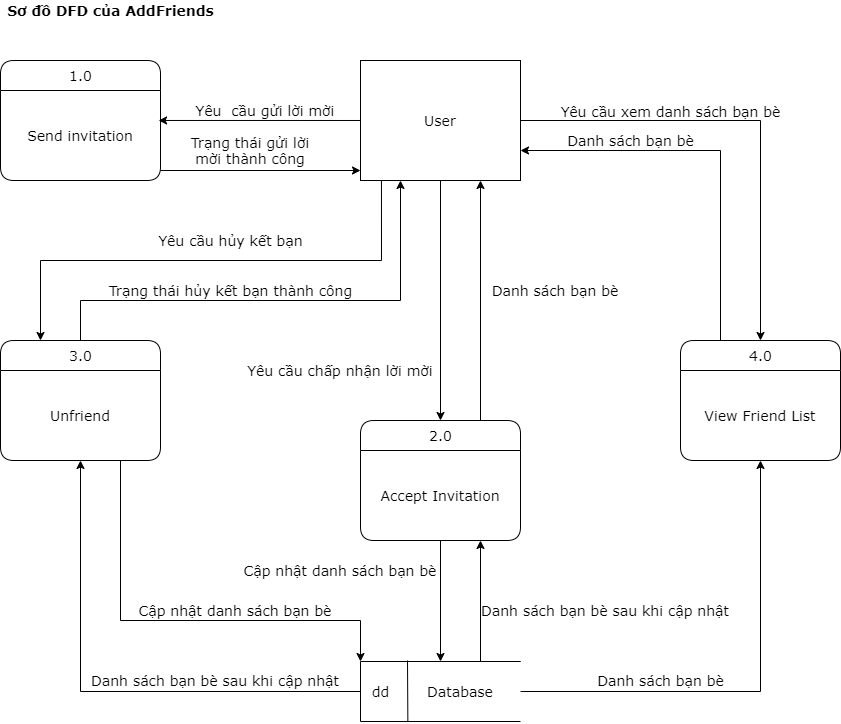
The draw.io diagram ToDoApp-Doc/Document/Diagram/DFD/AddFriends/Sơ đồ mức 1 của AddFriends.png in Merevoli-DatLuu/To-Do-App, before a commit. Source tidied: cells renumbered, new cells last; positions are measured from the earlier drawing's top-left corner, leaving out a move shared by most shapes.
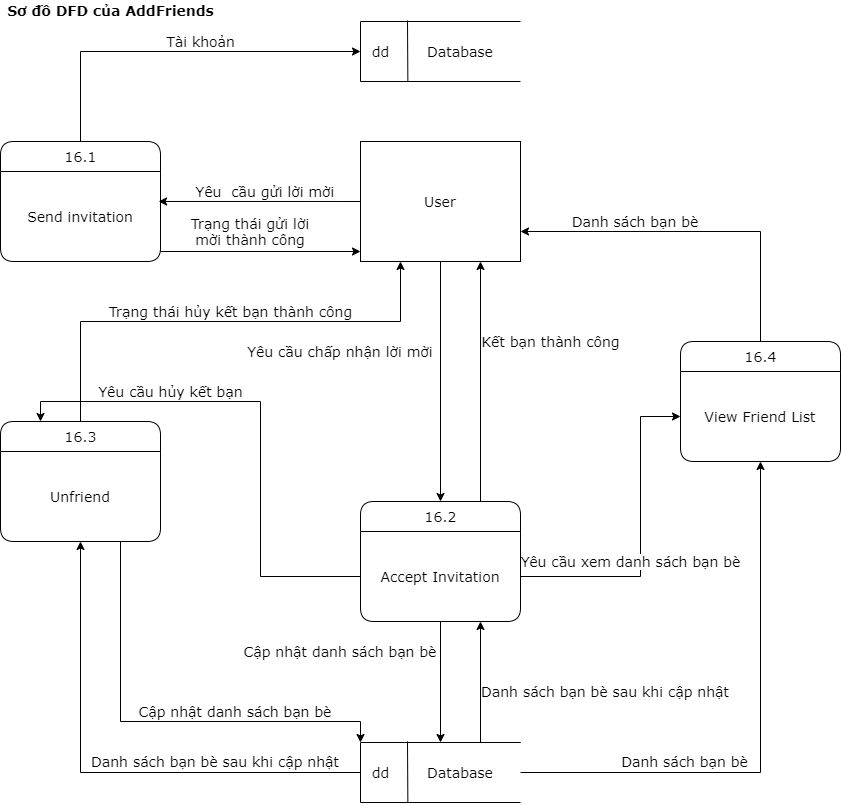
After the commit.

The edit, as a diff of the source:
```diff
@@ -8,21 +8,16 @@
     <mxCell id="3" style="edgeStyle=orthogonalEdgeStyle;rounded=0;jettySize=auto;html=1;exitX=0.5;exitY=1;exitDx=0;exitDy=0;entryX=0.5;entryY=0;entryDx=0;entryDy=0;fontSize=14;fontFamily=Verdana;" parent="1" edge="1" source="7" target="21">
       <mxGeometry relative="1" as="geometry" />
     </mxCell>
-    <mxCell id="4" style="edgeStyle=orthogonalEdgeStyle;rounded=0;jettySize=auto;html=1;exitX=0.131;exitY=1;exitDx=0;exitDy=0;fontFamily=Verdana;fontSize=14;entryX=0.25;entryY=0;entryDx=0;entryDy=0;exitPerimeter=0;" parent="1" edge="1" source="7" target="18">
+    <mxCell id="4" style="edgeStyle=orthogonalEdgeStyle;rounded=0;jettySize=auto;html=1;exitX=0;exitY=0.5;exitDx=0;exitDy=0;fontFamily=Verdana;fontSize=14;entryX=0.25;entryY=0;entryDx=0;entryDy=0;" parent="1" edge="1" source="22" target="18">
       <mxGeometry relative="1" as="geometry" />
     </mxCell>
-    <mxCell id="5" style="edgeStyle=orthogonalEdgeStyle;rounded=0;jettySize=auto;html=1;exitX=1;exitY=0.5;exitDx=0;exitDy=0;fontFamily=Verdana;fontSize=14;" parent="1" edge="1" source="7" target="15">
-      <mxGeometry relative="1" as="geometry" />
-    </mxCell>
-    <mxCell id="6" value="Yêu cầu xem danh sách bạn bè" style="edgeLabel;html=1;align=center;verticalAlign=middle;fontFamily=Verdana;fontSize=14;" parent="5" vertex="1">
-      <mxGeometry x="-0.06" y="12" relative="1" as="geometry">
-        <mxPoint x="-67.1" y="2" as="offset" />
-      </mxGeometry>
-    </mxCell>
     <mxCell id="7" value="User" style="rounded=0;whiteSpace=wrap;html=1;fontSize=14;fontFamily=Verdana;" parent="1" vertex="1">
       <mxGeometry x="360" y="60" width="160" height="120" as="geometry" />
     </mxCell>
+    <mxCell id="39" value="Tài khoản" style="edgeStyle=orthogonalEdgeStyle;rounded=0;jettySize=auto;html=1;exitX=0.5;exitY=0;exitDx=0;exitDy=0;entryX=0;entryY=0.5;entryDx=0;entryDy=0;entryPerimeter=0;fontFamily=Verdana;fontSize=14;" parent="1" edge="1" source="8" target="41">
+      <mxGeometry x="0.14" y="10" relative="1" as="geometry" />
+    </mxCell>
-    <mxCell id="8" value="1.0" style="swimlane;horizontal=1;startSize=30;rounded=1;fontSize=14;fontStyle=0;strokeWidth=1;shadow=0;dashed=0;align=center;html=1;fontFamily=Verdana;" parent="1" vertex="1">
+    <mxCell id="8" value="16.1" style="swimlane;horizontal=1;startSize=30;rounded=1;fontSize=14;fontStyle=0;strokeWidth=1;shadow=0;dashed=0;align=center;html=1;fontFamily=Verdana;" parent="1" vertex="1">
       <mxGeometry y="60" width="160" height="120" as="geometry" />
     </mxCell>
     <mxCell id="9" value="Send invitation" style="text;html=1;strokeColor=none;fillColor=none;align=center;verticalAlign=middle;whiteSpace=wrap;rounded=0;fontSize=14;fontFamily=Verdana;" parent="8" vertex="1">
@@ -42,39 +37,35 @@
     <mxCell id="13" value="Database" style="text;html=1;strokeColor=none;fillColor=none;align=center;verticalAlign=middle;whiteSpace=wrap;rounded=0;fontSize=14;fontFamily=Verdana;" parent="10" vertex="1">
       <mxGeometry x="60" y="20.5" width="80" height="20" as="geometry" />
     </mxCell>
-    <mxCell id="14" value="Danh sách bạn bè" style="edgeStyle=orthogonalEdgeStyle;rounded=0;jettySize=auto;html=1;exitX=0.25;exitY=0;exitDx=0;exitDy=0;entryX=1;entryY=0.75;entryDx=0;entryDy=0;fontSize=14;fontFamily=Verdana;" parent="1" edge="1" source="15" target="7">
-      <mxGeometry x="0.44" y="-10" relative="1" as="geometry">
-        <Array as="points">
-          <mxPoint x="720" y="150" />
-        </Array>
-      </mxGeometry>
+    <mxCell id="14" style="edgeStyle=orthogonalEdgeStyle;rounded=0;jettySize=auto;html=1;exitX=0.5;exitY=0;exitDx=0;exitDy=0;entryX=1;entryY=0.75;entryDx=0;entryDy=0;fontFamily=Verdana;fontSize=14;" parent="1" edge="1" source="15" target="7">
+      <mxGeometry relative="1" as="geometry" />
     </mxCell>
-    <mxCell id="15" value="4.0" style="swimlane;horizontal=1;startSize=30;rounded=1;fontSize=14;fontStyle=0;strokeWidth=1;shadow=0;dashed=0;align=center;html=1;fontFamily=Verdana;" parent="1" vertex="1">
-      <mxGeometry x="680" y="340" width="160" height="120" as="geometry" />
+    <mxCell id="15" value="16.4" style="swimlane;horizontal=1;startSize=30;rounded=1;fontSize=14;fontStyle=0;strokeWidth=1;shadow=0;dashed=0;align=center;html=1;fontFamily=Verdana;" parent="1" vertex="1">
+      <mxGeometry x="680" y="260" width="160" height="120" as="geometry" />
     </mxCell>
     <mxCell id="16" value="View Friend List" style="text;html=1;strokeColor=none;fillColor=none;align=center;verticalAlign=middle;whiteSpace=wrap;rounded=0;fontSize=14;fontFamily=Verdana;" parent="15" vertex="1">
       <mxGeometry y="30" width="160" height="90" as="geometry" />
     </mxCell>
     <mxCell id="17" value="Trạng thái hủy kết bạn thành công" style="edgeStyle=orthogonalEdgeStyle;rounded=0;jettySize=auto;html=1;exitX=0.5;exitY=0;exitDx=0;exitDy=0;entryX=0.25;entryY=1;entryDx=0;entryDy=0;fontFamily=Verdana;fontSize=14;" parent="1" edge="1" source="18" target="7">
-      <mxGeometry x="-0.21" y="10" relative="1" as="geometry">
+      <mxGeometry x="0.04" y="10" relative="1" as="geometry">
         <Array as="points">
-          <mxPoint x="80" y="300" />
-          <mxPoint x="400" y="300" />
+          <mxPoint x="80" y="240" />
+          <mxPoint x="400" y="240" />
         </Array>
       </mxGeometry>
     </mxCell>
-    <mxCell id="18" value="3.0" style="swimlane;horizontal=1;startSize=30;rounded=1;fontSize=14;fontStyle=0;strokeWidth=1;shadow=0;dashed=0;align=center;html=1;fontFamily=Verdana;" parent="1" vertex="1">
+    <mxCell id="18" value="16.3" style="swimlane;horizontal=1;startSize=30;rounded=1;fontSize=14;fontStyle=0;strokeWidth=1;shadow=0;dashed=0;align=center;html=1;fontFamily=Verdana;" parent="1" vertex="1">
       <mxGeometry y="340" width="160" height="120" as="geometry" />
     </mxCell>
     <mxCell id="19" value="Unfriend" style="text;html=1;strokeColor=none;fillColor=none;align=center;verticalAlign=middle;whiteSpace=wrap;rounded=0;fontSize=14;fontFamily=Verdana;" parent="18" vertex="1">
       <mxGeometry y="30" width="160" height="90" as="geometry" />
     </mxCell>
-    <mxCell id="20" style="edgeStyle=orthogonalEdgeStyle;rounded=0;jettySize=auto;html=1;fontSize=14;exitX=0.75;exitY=0;exitDx=0;exitDy=0;fontFamily=Verdana;" parent="1" edge="1" source="21">
-      <mxGeometry relative="1" as="geometry">
+    <mxCell id="20" value="Kết bạn thành công" style="edgeStyle=orthogonalEdgeStyle;rounded=0;jettySize=auto;html=1;fontSize=14;exitX=0.75;exitY=0;exitDx=0;exitDy=0;fontFamily=Verdana;" parent="1" edge="1" source="21">
+      <mxGeometry x="0.33" y="-70" relative="1" as="geometry">
         <mxPoint x="480" y="180" as="targetPoint" />
       </mxGeometry>
     </mxCell>
-    <mxCell id="21" value="2.0" style="swimlane;horizontal=1;startSize=30;rounded=1;fontSize=14;fontStyle=0;strokeWidth=1;shadow=0;dashed=0;align=center;html=1;fontFamily=Verdana;" parent="1" vertex="1">
+    <mxCell id="21" value="16.2" style="swimlane;horizontal=1;startSize=30;rounded=1;fontSize=14;fontStyle=0;strokeWidth=1;shadow=0;dashed=0;align=center;html=1;fontFamily=Verdana;" parent="1" vertex="1">
       <mxGeometry x="360" y="420" width="160" height="120" as="geometry" />
     </mxCell>
     <mxCell id="22" value="Accept Invitation" style="text;html=1;strokeColor=none;fillColor=none;align=center;verticalAlign=middle;whiteSpace=wrap;rounded=0;fontSize=14;fontFamily=Verdana;" parent="21" vertex="1">
@@ -93,10 +84,10 @@
       <mxGeometry x="180" y="140" width="140" height="20" as="geometry" />
     </mxCell>
     <mxCell id="26" value="Yêu cầu chấp nhận lời mời" style="text;html=1;strokeColor=none;fillColor=none;align=center;verticalAlign=middle;whiteSpace=wrap;rounded=0;fontSize=14;fontFamily=Verdana;" parent="1" vertex="1">
-      <mxGeometry x="240" y="360" width="200" height="20" as="geometry" />
+      <mxGeometry x="240" y="260" width="200" height="20" as="geometry" />
     </mxCell>
     <mxCell id="27" value="Danh sách bạn bè" style="text;html=1;strokeColor=none;fillColor=none;align=center;verticalAlign=middle;whiteSpace=wrap;rounded=0;fontSize=14;fontFamily=Verdana;" parent="1" vertex="1">
-      <mxGeometry x="490" y="280" width="130" height="20" as="geometry" />
+      <mxGeometry x="570" y="130" width="130" height="20" as="geometry" />
     </mxCell>
     <mxCell id="28" style="edgeStyle=orthogonalEdgeStyle;rounded=0;jettySize=auto;html=1;exitX=0;exitY=0.5;exitDx=0;exitDy=0;exitPerimeter=0;fontSize=14;fontFamily=Verdana;" parent="1" edge="1" source="11">
       <mxGeometry relative="1" as="geometry">
@@ -109,8 +100,9 @@
     <mxCell id="29" style="edgeStyle=orthogonalEdgeStyle;rounded=0;jettySize=auto;html=1;exitX=0.5;exitY=1;exitDx=0;exitDy=0;entryX=0;entryY=0;entryDx=0;entryDy=0;entryPerimeter=0;fontSize=14;fontFamily=Verdana;" parent="1" edge="1" source="19" target="11">
       <mxGeometry relative="1" as="geometry">
         <Array as="points">
-          <mxPoint x="120" y="620" />
-          <mxPoint x="360" y="620" />
+          <mxPoint x="120" y="460" />
+          <mxPoint x="120" y="640" />
+          <mxPoint x="360" y="640" />
         </Array>
       </mxGeometry>
     </mxCell>
@@ -121,7 +113,7 @@
       <mxGeometry relative="1" as="geometry" />
     </mxCell>
     <mxCell id="32" value="Cập nhật danh sách bạn bè" style="text;html=1;strokeColor=none;fillColor=none;align=center;verticalAlign=middle;whiteSpace=wrap;rounded=0;fontSize=14;fontFamily=Verdana;" parent="1" vertex="1">
-      <mxGeometry x="130" y="600" width="210" height="20" as="geometry" />
+      <mxGeometry x="130" y="620" width="210" height="20" as="geometry" />
     </mxCell>
     <mxCell id="33" style="edgeStyle=orthogonalEdgeStyle;rounded=0;jettySize=auto;html=1;exitX=1;exitY=0;exitDx=0;exitDy=0;exitPerimeter=0;entryX=0.75;entryY=1;entryDx=0;entryDy=0;fontSize=14;fontFamily=Verdana;" parent="1" edge="1" source="11" target="22">
       <mxGeometry relative="1" as="geometry">
@@ -137,13 +129,35 @@
       <mxGeometry x="480" y="600" width="250" height="20" as="geometry" />
     </mxCell>
     <mxCell id="36" value="Yêu cầu hủy kết bạn" style="text;html=1;align=center;verticalAlign=middle;fontFamily=Verdana;fontSize=14;" parent="1" vertex="1">
-      <mxGeometry x="150" y="230" width="160" height="20" as="geometry" />
+      <mxGeometry x="90" y="300" width="160" height="20" as="geometry" />
     </mxCell>
     <mxCell id="37" value="Danh sách bạn bè" style="edgeStyle=orthogonalEdgeStyle;rounded=0;jettySize=auto;html=1;exitX=1;exitY=0.5;exitDx=0;exitDy=0;exitPerimeter=0;entryX=0.5;entryY=1;entryDx=0;entryDy=0;fontFamily=Verdana;fontSize=14;" parent="1" edge="1" source="11" target="16">
       <mxGeometry x="-0.41" y="11" relative="1" as="geometry" />
     </mxCell>
     <mxCell id="38" value="Sơ đồ DFD của AddFriends" style="text;html=1;align=center;verticalAlign=middle;fontFamily=Verdana;fontSize=14;fontStyle=1;" parent="1" vertex="1">
-      <mxGeometry width="220" height="20" as="geometry" />
+      <mxGeometry y="-81" width="220" height="20" as="geometry" />
     </mxCell>
+    <mxCell id="40" style="group;fontSize=14;fontFamily=Verdana;" parent="1" vertex="1">
+      <mxGeometry x="360" y="-61" width="160" height="61" as="geometry" />
+    </mxCell>
+    <mxCell id="41" style="strokeWidth=1;html=1;shape=mxgraph.flowchart.annotation_1;align=left;fontSize=14;fontFamily=Verdana;" parent="40" vertex="1">
+      <mxGeometry y="1" width="160" height="60" as="geometry" />
+    </mxCell>
+    <mxCell id="42" value="dd" style="endArrow=none;html=1;entryX=0.296;entryY=1.006;entryDx=0;entryDy=0;entryPerimeter=0;fontSize=14;fontFamily=Verdana;" parent="40" edge="1" target="41">
+      <mxGeometry y="-27" relative="1" as="geometry">
+        <mxPoint x="47" as="sourcePoint" />
+      </mxGeometry>
+    </mxCell>
+    <mxCell id="43" value="Database" style="text;html=1;strokeColor=none;fillColor=none;align=center;verticalAlign=middle;whiteSpace=wrap;rounded=0;fontSize=14;fontFamily=Verdana;" parent="40" vertex="1">
+      <mxGeometry x="60" y="20.5" width="80" height="20" as="geometry" />
+    </mxCell>
+    <mxCell id="6" value="Yêu cầu xem danh sách bạn bè" style="edgeStyle=orthogonalEdgeStyle;rounded=0;jettySize=auto;html=1;entryX=0;entryY=0.5;entryDx=0;entryDy=0;fontFamily=Verdana;fontSize=14;" parent="1" edge="1" source="22" target="16">
+      <mxGeometry x="-0.16" y="10" relative="1" as="geometry">
+        <Array as="points">
+          <mxPoint x="640" y="495" />
+          <mxPoint x="640" y="335" />
+        </Array>
+      </mxGeometry>
+    </mxCell>
   </root>
 </mxGraphModel>
```
